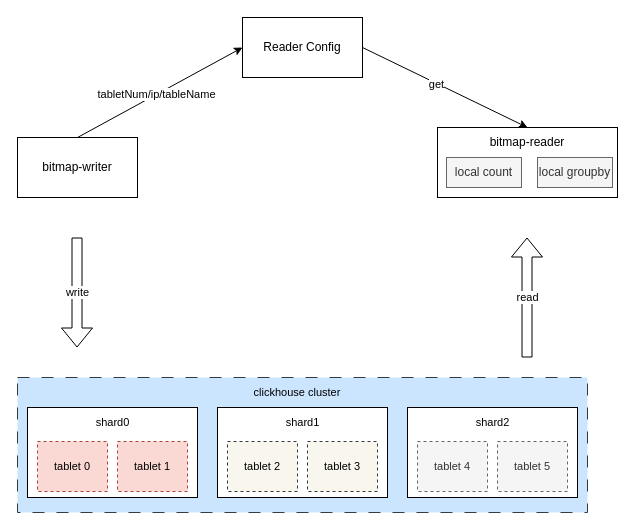
Above: bitmap_reader.drawio in learn2Pro/draw_io_save (draw.io), before the change. Source tidied: cells renumbered, new cells numbered last; positions are measured from the earlier drawing's top-left corner, leaving out a move shared by most shapes. Both pictures are drawn from the tidied source at 100%, with x=0, y=0 at pixel (17, 17).
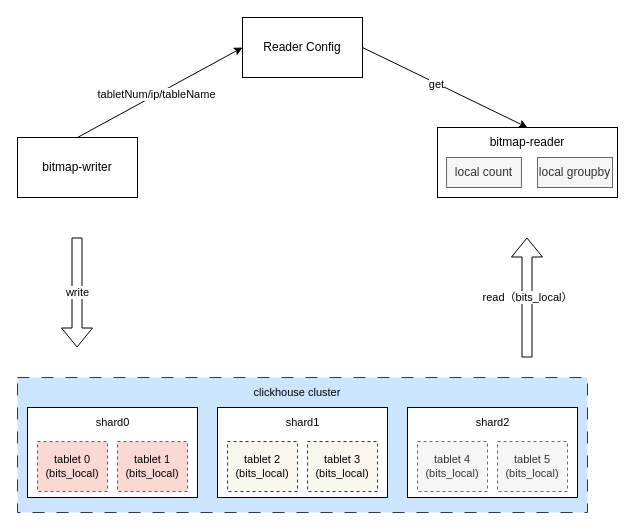
Above is the later version.

Unchanged cells that the change refers to:
```xml
<mxCell id="2" style="group;" parent="1" vertex="1">
  <mxGeometry y="360" width="570" height="135" as="geometry" />
</mxCell>
```

Change to the diagram source:
```diff
@@
-    <mxCell id="6" value="tablet 0" style="rounded=0;whiteSpace=wrap;html=1;strokeColor=#ae4132;fontSize=11;fillColor=#fad9d5;dashed=1;" parent="2" vertex="1">
+    <mxCell id="6" value="tablet 0&lt;br&gt;(bits_local)" style="rounded=0;whiteSpace=wrap;html=1;strokeColor=#ae4132;fontSize=11;fillColor=#fad9d5;dashed=1;" parent="2" vertex="1">
       <mxGeometry x="20" y="64" width="70" height="50" as="geometry" />
     </mxCell>
-    <mxCell id="7" value="tablet 1" style="rounded=0;whiteSpace=wrap;html=1;strokeColor=#ae4132;fontSize=11;fillColor=#fad9d5;dashed=1;" parent="2" vertex="1">
+    <mxCell id="7" value="tablet 1&lt;br&gt;(bits_local)" style="rounded=0;whiteSpace=wrap;html=1;strokeColor=#ae4132;fontSize=11;fillColor=#fad9d5;dashed=1;" parent="2" vertex="1">
       <mxGeometry x="100" y="64" width="70" height="50" as="geometry" />
     </mxCell>
@@
-    <mxCell id="10" value="tablet 2" style="rounded=0;whiteSpace=wrap;html=1;strokeColor=#36393d;fontSize=11;fillColor=#f9f7ed;dashed=1;" parent="2" vertex="1">
+    <mxCell id="10" value="tablet 2&lt;br&gt;(bits_local)" style="rounded=0;whiteSpace=wrap;html=1;strokeColor=#36393d;fontSize=11;fillColor=#f9f7ed;dashed=1;" parent="2" vertex="1">
       <mxGeometry x="210" y="64" width="70" height="50" as="geometry" />
     </mxCell>
-    <mxCell id="11" value="tablet 3" style="rounded=0;whiteSpace=wrap;html=1;strokeColor=#36393d;fontSize=11;fillColor=#f9f7ed;dashed=1;" parent="2" vertex="1">
+    <mxCell id="11" value="tablet 3&lt;br&gt;(bits_local)" style="rounded=0;whiteSpace=wrap;html=1;strokeColor=#36393d;fontSize=11;fillColor=#f9f7ed;dashed=1;" parent="2" vertex="1">
       <mxGeometry x="290" y="64" width="70" height="50" as="geometry" />
     </mxCell>
@@
-    <mxCell id="14" value="tablet 4" style="rounded=0;whiteSpace=wrap;html=1;strokeColor=#666666;fontSize=11;fillColor=#f5f5f5;dashed=1;fontColor=#333333;" parent="2" vertex="1">
+    <mxCell id="14" value="tablet 4&lt;br&gt;(bits_local)" style="rounded=0;whiteSpace=wrap;html=1;strokeColor=#666666;fontSize=11;fillColor=#f5f5f5;dashed=1;fontColor=#333333;" parent="2" vertex="1">
       <mxGeometry x="400" y="64" width="70" height="50" as="geometry" />
     </mxCell>
-    <mxCell id="15" value="tablet 5" style="rounded=0;whiteSpace=wrap;html=1;strokeColor=#666666;fontSize=11;fillColor=#f5f5f5;dashed=1;fontColor=#333333;" parent="2" vertex="1">
+    <mxCell id="15" value="tablet 5&lt;br&gt;(bits_local)" style="rounded=0;whiteSpace=wrap;html=1;strokeColor=#666666;fontSize=11;fillColor=#f5f5f5;dashed=1;fontColor=#333333;" parent="2" vertex="1">
       <mxGeometry x="480" y="64" width="70" height="50" as="geometry" />
     </mxCell>
@@
-    <mxCell id="25" value="read" style="shape=flexArrow;endArrow=classic;html=1;rounded=0;" parent="1" edge="1">
+    <mxCell id="25" value="read（bits_local）" style="shape=flexArrow;endArrow=classic;html=1;rounded=0;" parent="1" edge="1">
       <mxGeometry relative="1" as="geometry">
         <mxPoint x="509.5" y="340" as="sourcePoint" />
         <mxPoint x="509.5" y="220" as="targetPoint" />
       </mxGeometry>
     </mxCell>
```
